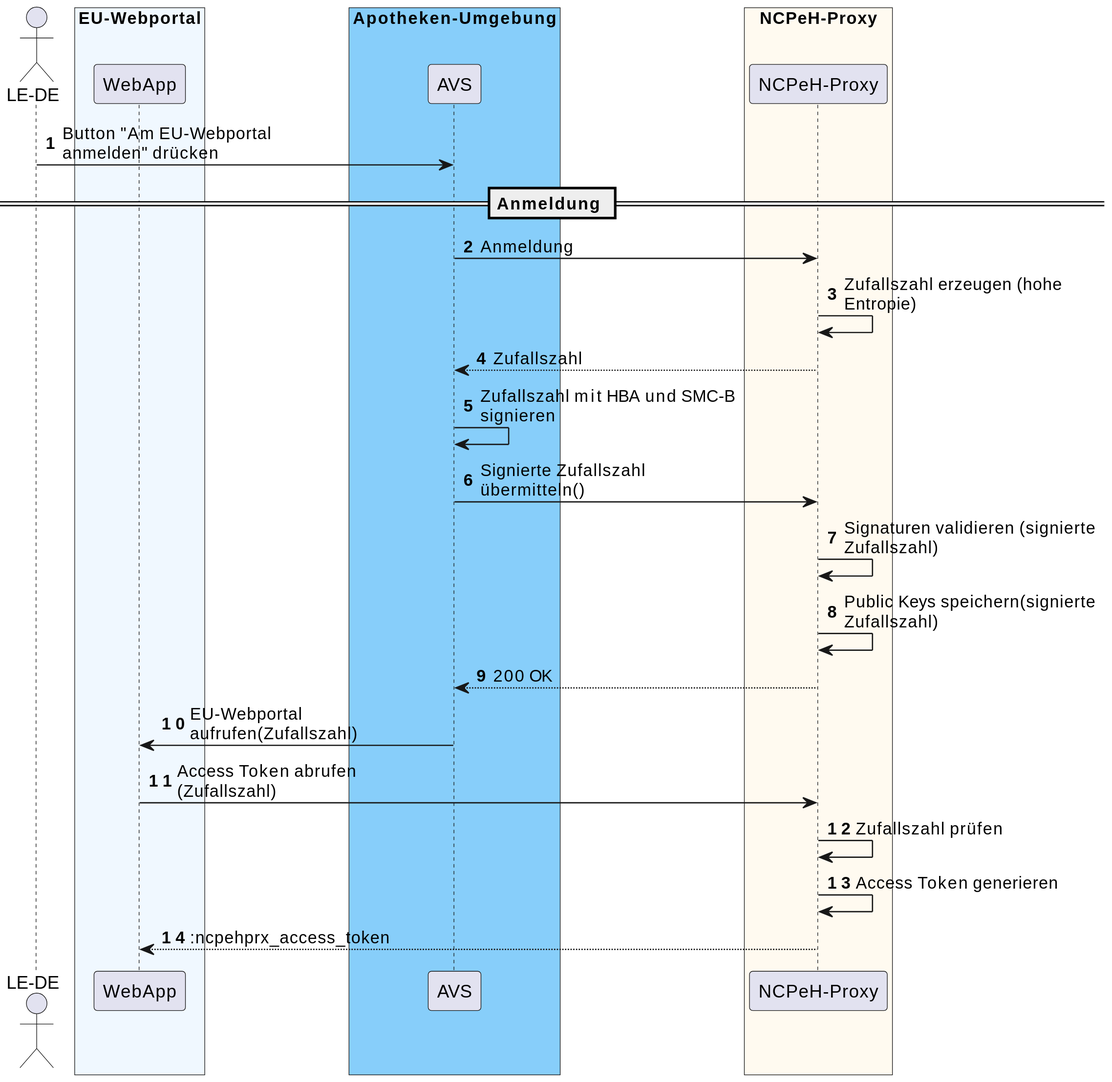
Earlier version of the PlantUML export images/feature/eped-b/auth/auth_seq-alternative4c.svg (gematik/api-ncpeh).
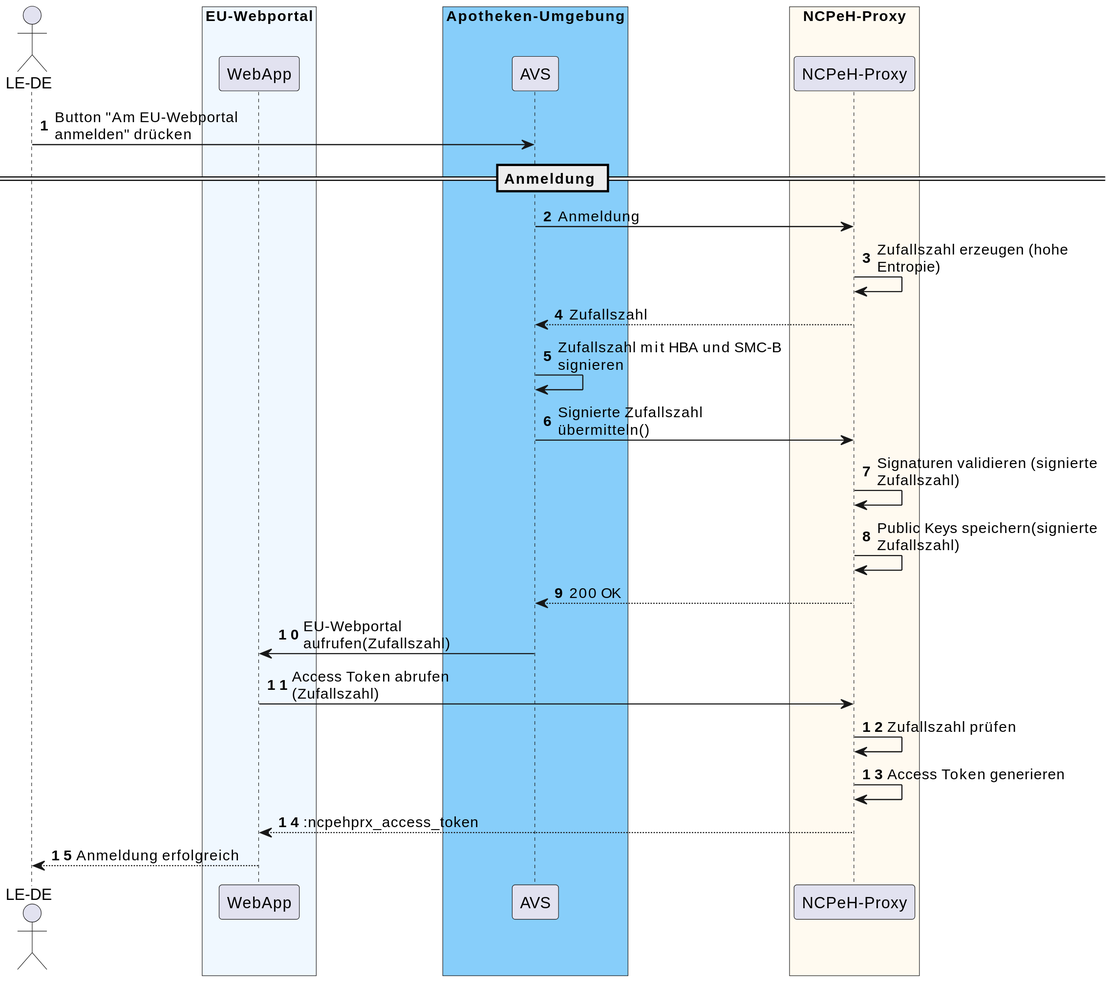
Later version of the same file.

The edit, as a diff of the source:
```diff
@@ -42,4 +42,5 @@
 Proxy -> Proxy: Zufallszahl prüfen
 Proxy -> Proxy: Access Token generieren
 Proxy --> WebApp: :ncpehprx_access_token
+WebApp --> User: Anmeldung erfolgreich
 @enduml
```
